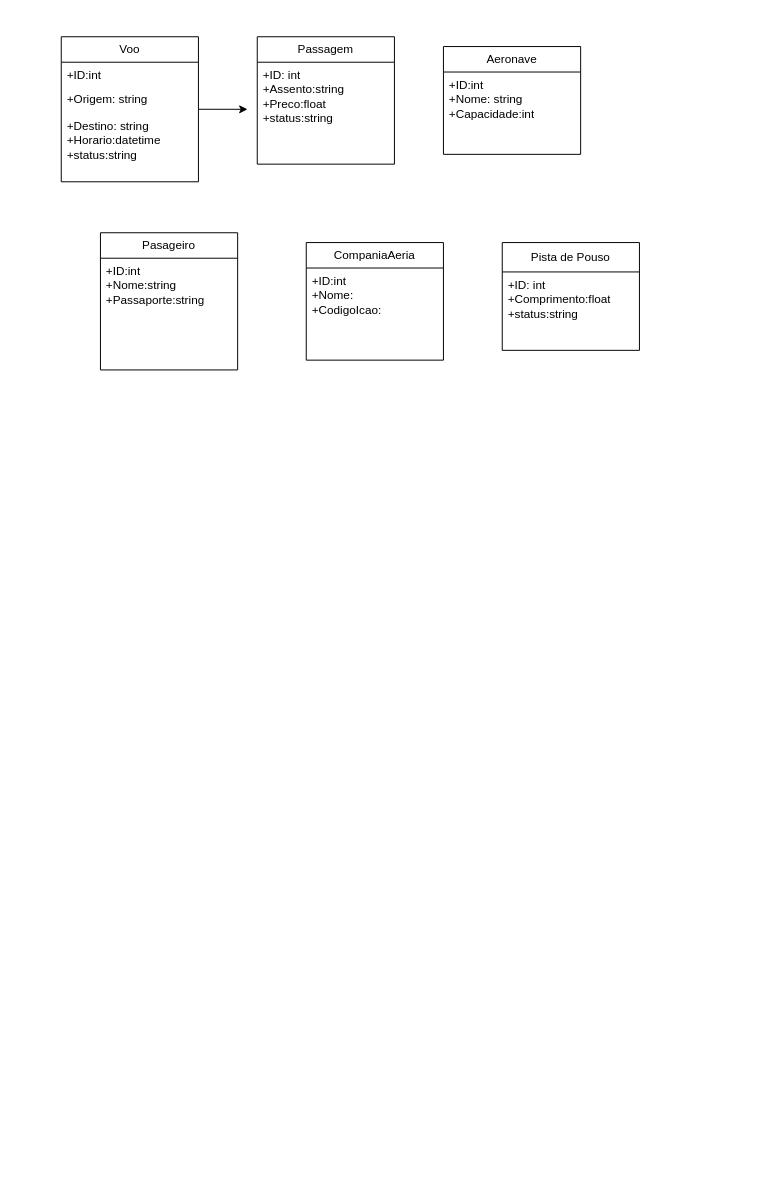
This is page "sistema de gestao aeroportuaria" (7 of 7) of Diagrama sem nome.drawio from edilenecamila07/diagramasderequisitos, a draw.io file, before an edit. Source tidied: cells renumbered, new cells numbered last; positions are measured from the earlier drawing's top-left corner, leaving out a move shared by most shapes. Both pictures are drawn from the tidied source at 98%, with x=0, y=0 at pixel (61, 36).
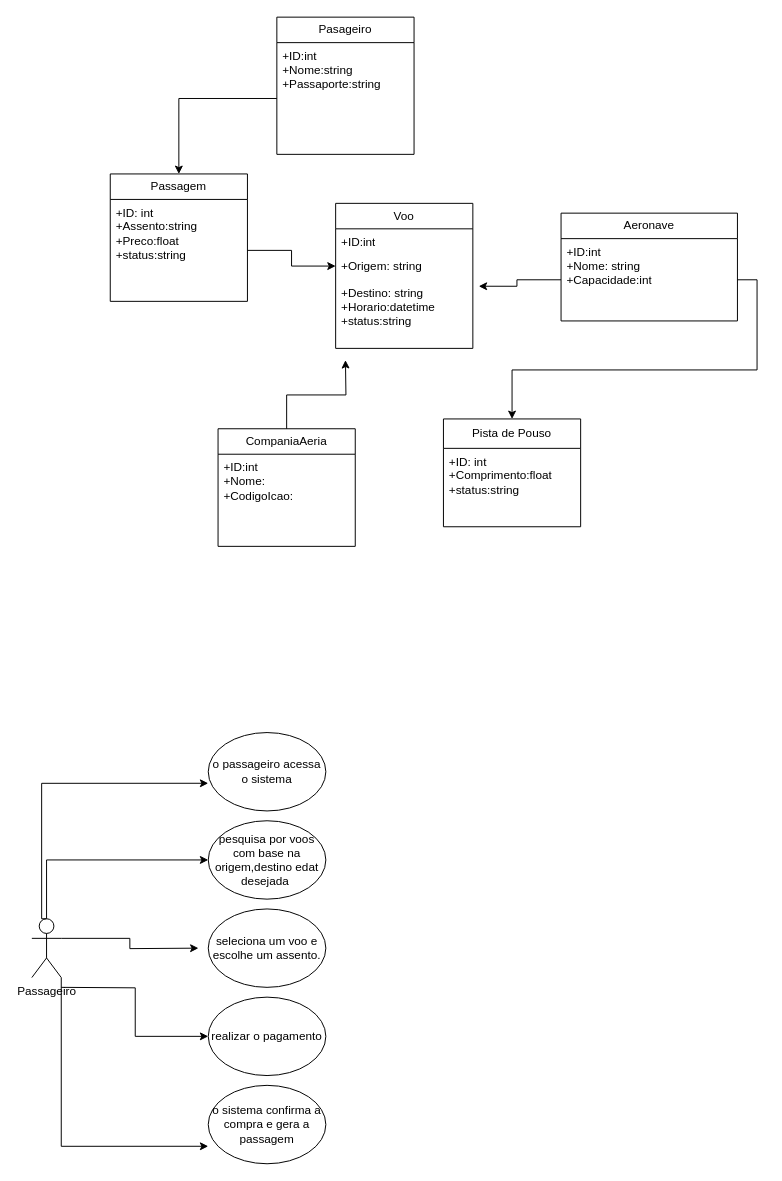
The same diagram, later.

Unchanged cells that the change refers to:
```xml
<mxCell id="4" value="+Origem: string" style="text;strokeColor=none;fillColor=none;align=left;verticalAlign=top;spacingLeft=4;spacingRight=4;overflow=hidden;points=[[0,0.5],[1,0.5]];portConstraint=eastwest;whiteSpace=wrap;html=1;" parent="2" vertex="1">
  <mxGeometry y="50" width="140" height="28" as="geometry" />
</mxCell>
<mxCell id="5" value="+Destino: string&amp;nbsp;&lt;div&gt;+Horario:datetime&lt;/div&gt;&lt;div&gt;+status:string&lt;/div&gt;" style="text;strokeColor=none;fillColor=none;align=left;verticalAlign=top;spacingLeft=4;spacingRight=4;overflow=hidden;points=[[0,0.5],[1,0.5]];portConstraint=eastwest;whiteSpace=wrap;html=1;" parent="2" vertex="1">
  <mxGeometry y="78" width="140" height="70" as="geometry" />
</mxCell>
<mxCell id="8" value="+ID:int&lt;div&gt;+Nome:string&lt;/div&gt;&lt;div&gt;+Passaporte:string&lt;/div&gt;&lt;div&gt;&lt;br&gt;&lt;div&gt;&lt;br&gt;&lt;/div&gt;&lt;/div&gt;" style="text;strokeColor=none;fillColor=none;align=left;verticalAlign=top;spacingLeft=4;spacingRight=4;overflow=hidden;points=[[0,0.5],[1,0.5]];portConstraint=eastwest;whiteSpace=wrap;html=1;" parent="7" vertex="1">
  <mxGeometry y="26" width="140" height="114" as="geometry" />
</mxCell>
```

What changed in the source:
```diff
@@
     <mxCell id="2" value="Voo" style="swimlane;fontStyle=0;horizontal=1;startSize=26;fillColor=none;whiteSpace=wrap;html=1;" parent="1" vertex="1">
-      <mxGeometry width="140" height="148" as="geometry" />
+      <mxGeometry x="280" y="170" width="140" height="148" as="geometry" />
     </mxCell>
@@
     <mxCell id="6" value="Passagem" style="swimlane;fontStyle=0;horizontal=1;startSize=26;fillColor=none;whiteSpace=wrap;html=1;" parent="1" vertex="1">
-      <mxGeometry x="200" width="140" height="130" as="geometry" />
+      <mxGeometry x="50" y="140" width="140" height="130" as="geometry" />
     </mxCell>
+    <mxCell id="16" value="+ID: int&lt;div&gt;+Assento:string&lt;/div&gt;&lt;div&gt;+Preco:float&lt;/div&gt;&lt;div&gt;+status:string&lt;/div&gt;&lt;div&gt;&lt;br&gt;&lt;div&gt;&lt;br&gt;&lt;/div&gt;&lt;/div&gt;" style="text;strokeColor=none;fillColor=none;align=left;verticalAlign=top;spacingLeft=4;spacingRight=4;overflow=hidden;points=[[0,0.5],[1,0.5]];portConstraint=eastwest;whiteSpace=wrap;html=1;" parent="6" vertex="1">
+      <mxGeometry y="26" width="140" height="104" as="geometry" />
+    </mxCell>
     <mxCell id="7" value="Pasageiro" style="swimlane;fontStyle=0;horizontal=1;startSize=26;fillColor=none;whiteSpace=wrap;html=1;" parent="1" vertex="1">
-      <mxGeometry x="40" y="200" width="140" height="140" as="geometry" />
+      <mxGeometry x="220" y="-20" width="140" height="140" as="geometry" />
     </mxCell>
@@
     <mxCell id="9" value="Aeronave" style="swimlane;fontStyle=0;horizontal=1;startSize=26;fillColor=none;whiteSpace=wrap;html=1;" parent="1" vertex="1">
-      <mxGeometry x="390" y="10" width="140" height="110" as="geometry" />
+      <mxGeometry x="510" y="180" width="180" height="110" as="geometry" />
     </mxCell>
     <mxCell id="10" value="+ID:int&lt;div&gt;+Nome: string&lt;/div&gt;&lt;div&gt;+Capacidade:int&lt;/div&gt;" style="text;strokeColor=none;fillColor=none;align=left;verticalAlign=top;spacingLeft=4;spacingRight=4;overflow=hidden;points=[[0,0.5],[1,0.5]];portConstraint=eastwest;whiteSpace=wrap;html=1;" parent="9" vertex="1">
-      <mxGeometry y="26" width="140" height="84" as="geometry" />
+      <mxGeometry y="26" width="180" height="84" as="geometry" />
     </mxCell>
+    <mxCell id="17" style="edgeStyle=orthogonalEdgeStyle;rounded=0;jettySize=auto;html=1;exitX=0.5;exitY=0;exitDx=0;exitDy=0;" parent="1" edge="1" source="11">
+      <mxGeometry relative="1" as="geometry">
+        <mxPoint x="290" y="330" as="targetPoint" />
+      </mxGeometry>
+    </mxCell>
     <mxCell id="11" value="CompaniaAeria" style="swimlane;fontStyle=0;horizontal=1;startSize=26;fillColor=none;whiteSpace=wrap;html=1;" parent="1" vertex="1">
-      <mxGeometry x="250" y="210" width="140" height="120" as="geometry" />
+      <mxGeometry x="160" y="400" width="140" height="120" as="geometry" />
     </mxCell>
@@
     <mxCell id="13" value="Pista de Pouso" style="swimlane;fontStyle=0;horizontal=1;startSize=30;fillColor=none;whiteSpace=wrap;html=1;" parent="1" vertex="1">
-      <mxGeometry x="450" y="210" width="140" height="110" as="geometry" />
+      <mxGeometry x="390" y="390" width="140" height="110" as="geometry" />
     </mxCell>
@@
-    <mxCell id="15" style="edgeStyle=orthogonalEdgeStyle;rounded=0;jettySize=auto;html=1;exitX=1;exitY=0.5;exitDx=0;exitDy=0;entryX=-0.071;entryY=0.462;entryDx=0;entryDy=0;entryPerimeter=0;" parent="1" edge="1" source="2" target="16">
-      <mxGeometry relative="1" as="geometry" />
-    </mxCell>
-    <mxCell id="16" value="+ID: int&lt;div&gt;+Assento:string&lt;/div&gt;&lt;div&gt;+Preco:float&lt;/div&gt;&lt;div&gt;+status:string&lt;/div&gt;&lt;div&gt;&lt;br&gt;&lt;div&gt;&lt;br&gt;&lt;/div&gt;&lt;/div&gt;" style="text;strokeColor=none;fillColor=none;align=left;verticalAlign=top;spacingLeft=4;spacingRight=4;overflow=hidden;points=[[0,0.5],[1,0.5]];portConstraint=eastwest;whiteSpace=wrap;html=1;" parent="1" vertex="1">
-      <mxGeometry x="200" y="26" width="140" height="104" as="geometry" />
-    </mxCell>
+    <mxCell id="18" style="edgeStyle=orthogonalEdgeStyle;rounded=0;jettySize=auto;html=1;exitX=0;exitY=0.5;exitDx=0;exitDy=0;entryX=0.5;entryY=0;entryDx=0;entryDy=0;" parent="1" edge="1" source="8" target="6">
+      <mxGeometry relative="1" as="geometry" />
+    </mxCell>
+    <mxCell id="19" style="edgeStyle=orthogonalEdgeStyle;rounded=0;jettySize=auto;html=1;exitX=1;exitY=0.5;exitDx=0;exitDy=0;entryX=0;entryY=0.5;entryDx=0;entryDy=0;" parent="1" edge="1" source="16" target="4">
+      <mxGeometry relative="1" as="geometry" />
+    </mxCell>
+    <mxCell id="20" style="edgeStyle=orthogonalEdgeStyle;rounded=0;jettySize=auto;html=1;exitX=0;exitY=0.5;exitDx=0;exitDy=0;entryX=1.043;entryY=0.094;entryDx=0;entryDy=0;entryPerimeter=0;" parent="1" edge="1" source="10" target="5">
+      <mxGeometry relative="1" as="geometry" />
+    </mxCell>
+    <mxCell id="21" style="edgeStyle=orthogonalEdgeStyle;rounded=0;jettySize=auto;html=1;exitX=1;exitY=0.5;exitDx=0;exitDy=0;entryX=0.5;entryY=0;entryDx=0;entryDy=0;" parent="1" edge="1" source="10" target="13">
+      <mxGeometry relative="1" as="geometry" />
+    </mxCell>
+    <mxCell id="22" style="edgeStyle=orthogonalEdgeStyle;rounded=0;jettySize=auto;html=1;exitX=1;exitY=0.3333333333333333;exitDx=0;exitDy=0;exitPerimeter=0;" parent="1" edge="1" source="25">
+      <mxGeometry relative="1" as="geometry">
+        <mxPoint x="140" y="930" as="targetPoint" />
+      </mxGeometry>
+    </mxCell>
+    <mxCell id="23" style="edgeStyle=orthogonalEdgeStyle;rounded=0;jettySize=auto;html=1;exitX=0.5;exitY=0;exitDx=0;exitDy=0;exitPerimeter=0;entryX=0;entryY=0.5;entryDx=0;entryDy=0;" parent="1" edge="1" source="25" target="27">
+      <mxGeometry relative="1" as="geometry" />
+    </mxCell>
+    <mxCell id="24" style="edgeStyle=orthogonalEdgeStyle;rounded=0;jettySize=auto;html=1;entryX=0;entryY=0.5;entryDx=0;entryDy=0;" parent="1" edge="1" target="29">
+      <mxGeometry relative="1" as="geometry">
+        <mxPoint y="970" as="sourcePoint" />
+      </mxGeometry>
+    </mxCell>
+    <mxCell id="25" value="Passageiro" style="shape=umlActor;verticalLabelPosition=bottom;verticalAlign=top;html=1;outlineConnect=0;" parent="1" vertex="1">
+      <mxGeometry x="-30" y="900" width="30" height="60" as="geometry" />
+    </mxCell>
+    <mxCell id="26" value="o passageiro acessa o sistema" style="ellipse;whiteSpace=wrap;html=1;" parent="1" vertex="1">
+      <mxGeometry x="150" y="710" width="120" height="80" as="geometry" />
+    </mxCell>
+    <mxCell id="27" value="pesquisa por voos com base na origem,destino edat desejada&amp;nbsp;" style="ellipse;whiteSpace=wrap;html=1;" parent="1" vertex="1">
+      <mxGeometry x="150" y="800" width="120" height="80" as="geometry" />
+    </mxCell>
+    <mxCell id="28" value="seleciona um voo e escolhe um assento." style="ellipse;whiteSpace=wrap;html=1;" parent="1" vertex="1">
+      <mxGeometry x="150" y="890" width="120" height="80" as="geometry" />
+    </mxCell>
+    <mxCell id="29" value="realizar o pagamento" style="ellipse;whiteSpace=wrap;html=1;" parent="1" vertex="1">
+      <mxGeometry x="150" y="980" width="120" height="80" as="geometry" />
+    </mxCell>
+    <mxCell id="30" value="o sistema confirma a compra e gera a passagem" style="ellipse;whiteSpace=wrap;html=1;" parent="1" vertex="1">
+      <mxGeometry x="150" y="1070" width="120" height="80" as="geometry" />
+    </mxCell>
+    <mxCell id="31" style="edgeStyle=orthogonalEdgeStyle;rounded=0;jettySize=auto;html=1;exitX=0.5;exitY=0;exitDx=0;exitDy=0;exitPerimeter=0;entryX=0;entryY=0.647;entryDx=0;entryDy=0;entryPerimeter=0;" parent="1" edge="1" source="25" target="26">
+      <mxGeometry relative="1" as="geometry">
+        <Array as="points">
+          <mxPoint x="-20" y="900" />
+          <mxPoint x="-20" y="762" />
+        </Array>
+      </mxGeometry>
+    </mxCell>
+    <mxCell id="32" style="edgeStyle=orthogonalEdgeStyle;rounded=0;jettySize=auto;html=1;exitX=1;exitY=1;exitDx=0;exitDy=0;exitPerimeter=0;entryX=0;entryY=0.777;entryDx=0;entryDy=0;entryPerimeter=0;" parent="1" edge="1" source="25" target="30">
+      <mxGeometry relative="1" as="geometry" />
+    </mxCell>
```
